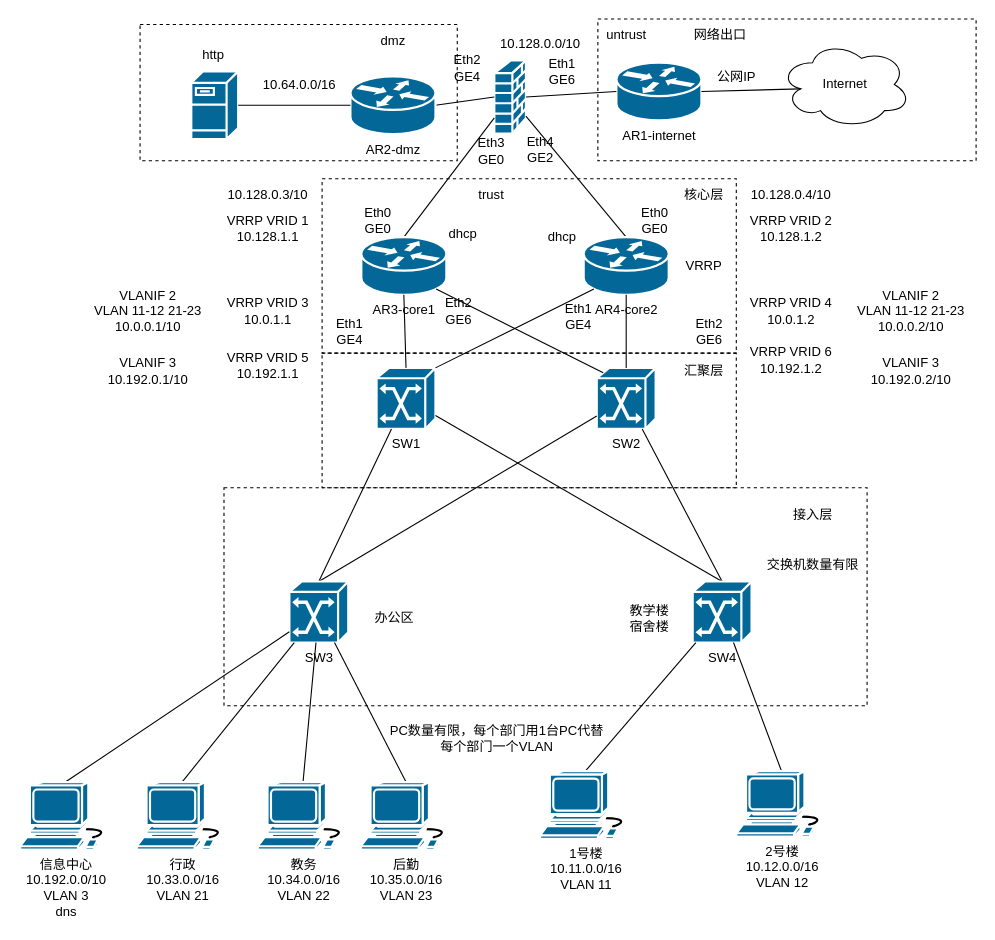
HPLZH/draw keeps this draw.io diagram as ne24.drawio. Above is the earlier version. Source tidied: cells renumbered, new cells numbered last; positions are measured from the earlier drawing's top-left corner, leaving out a move shared by most shapes. Both pictures are drawn from the tidied source at 109%, with x=0, y=0 at pixel (20, 19).
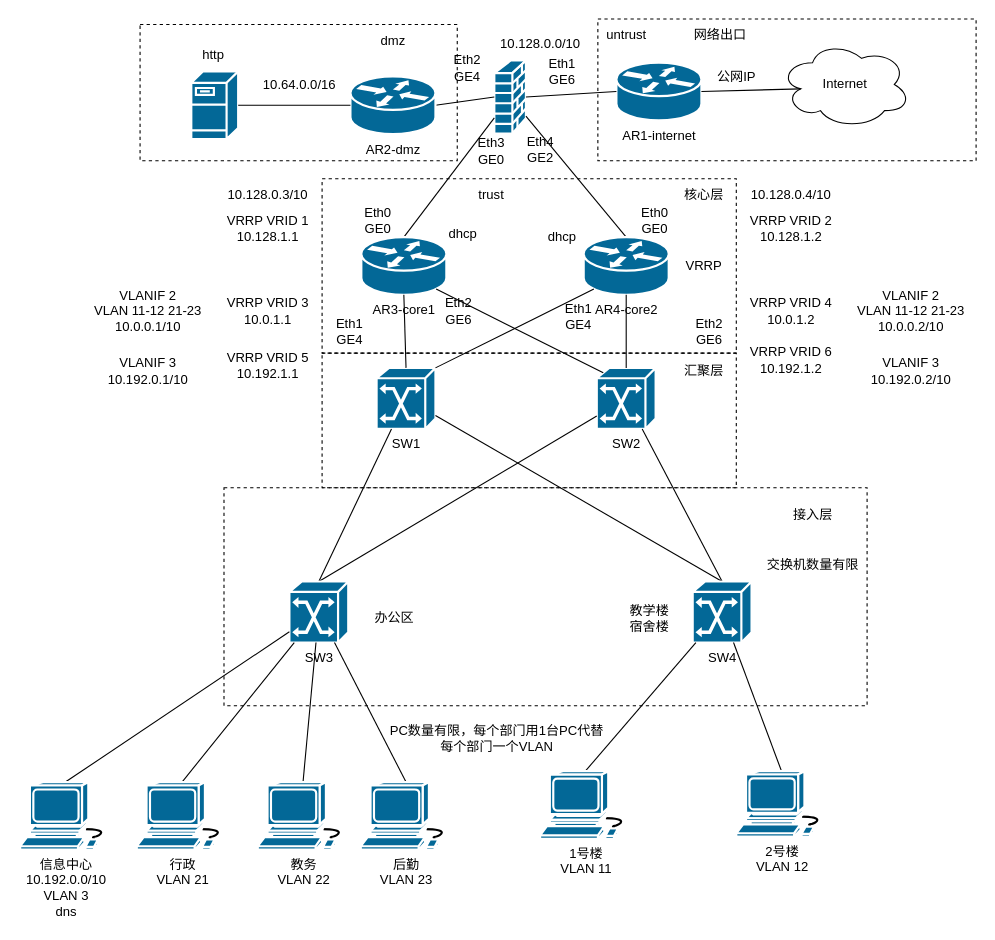
After the change.

The edit, as a diff of the source:
```diff
@@
-    <mxCell id="32" value="行政&lt;div&gt;10.33.0.0/16&lt;/div&gt;&lt;div&gt;VLAN 21&lt;/div&gt;" style="shape=mxgraph.cisco.computers_and_peripherals.workstation;sketch=0;html=1;dashed=0;fillColor=#036897;strokeColor=#ffffff;strokeWidth=2;verticalLabelPosition=bottom;verticalAlign=top;align=center;outlineConnect=0;" parent="1" vertex="1">
+    <mxCell id="32" value="行政&lt;div&gt;VLAN 21&lt;/div&gt;" style="shape=mxgraph.cisco.computers_and_peripherals.workstation;sketch=0;html=1;dashed=0;fillColor=#036897;strokeColor=#ffffff;strokeWidth=2;verticalLabelPosition=bottom;verticalAlign=top;align=center;outlineConnect=0;" parent="1" vertex="1">
       <mxGeometry x="107" y="700" width="83" height="62" as="geometry" />
     </mxCell>
@@
-    <mxCell id="34" value="&lt;div&gt;教务&lt;/div&gt;&lt;div&gt;10.34.0.0/16&lt;/div&gt;&lt;div&gt;VLAN 22&lt;/div&gt;" style="shape=mxgraph.cisco.computers_and_peripherals.workstation;sketch=0;html=1;dashed=0;fillColor=#036897;strokeColor=#ffffff;strokeWidth=2;verticalLabelPosition=bottom;verticalAlign=top;align=center;outlineConnect=0;" parent="1" vertex="1">
+    <mxCell id="34" value="&lt;div&gt;教务&lt;/div&gt;&lt;div&gt;VLAN 22&lt;/div&gt;" style="shape=mxgraph.cisco.computers_and_peripherals.workstation;sketch=0;html=1;dashed=0;fillColor=#036897;strokeColor=#ffffff;strokeWidth=2;verticalLabelPosition=bottom;verticalAlign=top;align=center;outlineConnect=0;" parent="1" vertex="1">
       <mxGeometry x="218" y="700" width="83" height="62" as="geometry" />
     </mxCell>
@@
-    <mxCell id="36" value="1号楼&lt;div&gt;10.11.0.0/16&lt;/div&gt;&lt;div&gt;VLAN 11&lt;/div&gt;" style="shape=mxgraph.cisco.computers_and_peripherals.workstation;sketch=0;html=1;dashed=0;fillColor=#036897;strokeColor=#ffffff;strokeWidth=2;verticalLabelPosition=bottom;verticalAlign=top;align=center;outlineConnect=0;" parent="1" vertex="1">
+    <mxCell id="36" value="1号楼&lt;div&gt;VLAN 11&lt;/div&gt;" style="shape=mxgraph.cisco.computers_and_peripherals.workstation;sketch=0;html=1;dashed=0;fillColor=#036897;strokeColor=#ffffff;strokeWidth=2;verticalLabelPosition=bottom;verticalAlign=top;align=center;outlineConnect=0;" parent="1" vertex="1">
       <mxGeometry x="477" y="690" width="83" height="62" as="geometry" />
     </mxCell>
@@
-    <mxCell id="38" value="2号楼&lt;div&gt;10.12.0.0/16&lt;/div&gt;&lt;div&gt;VLAN 12&lt;/div&gt;" style="shape=mxgraph.cisco.computers_and_peripherals.workstation;sketch=0;html=1;dashed=0;fillColor=#036897;strokeColor=#ffffff;strokeWidth=2;verticalLabelPosition=bottom;verticalAlign=top;align=center;outlineConnect=0;" parent="1" vertex="1">
+    <mxCell id="38" value="2号楼&lt;div&gt;VLAN 12&lt;/div&gt;" style="shape=mxgraph.cisco.computers_and_peripherals.workstation;sketch=0;html=1;dashed=0;fillColor=#036897;strokeColor=#ffffff;strokeWidth=2;verticalLabelPosition=bottom;verticalAlign=top;align=center;outlineConnect=0;" parent="1" vertex="1">
       <mxGeometry x="657" y="690" width="83" height="60" as="geometry" />
     </mxCell>
@@
-    <mxCell id="59" value="&lt;div&gt;后勤&lt;/div&gt;&lt;div&gt;10.35.0.0/16&lt;/div&gt;&lt;div&gt;VLAN 23&lt;/div&gt;" style="shape=mxgraph.cisco.computers_and_peripherals.workstation;sketch=0;html=1;dashed=0;fillColor=#036897;strokeColor=#ffffff;strokeWidth=2;verticalLabelPosition=bottom;verticalAlign=top;align=center;outlineConnect=0;" parent="1" vertex="1">
+    <mxCell id="59" value="&lt;div&gt;后勤&lt;/div&gt;&lt;div&gt;VLAN 23&lt;/div&gt;" style="shape=mxgraph.cisco.computers_and_peripherals.workstation;sketch=0;html=1;dashed=0;fillColor=#036897;strokeColor=#ffffff;strokeWidth=2;verticalLabelPosition=bottom;verticalAlign=top;align=center;outlineConnect=0;" parent="1" vertex="1">
       <mxGeometry x="312.5" y="700" width="83" height="62" as="geometry" />
     </mxCell>
```
